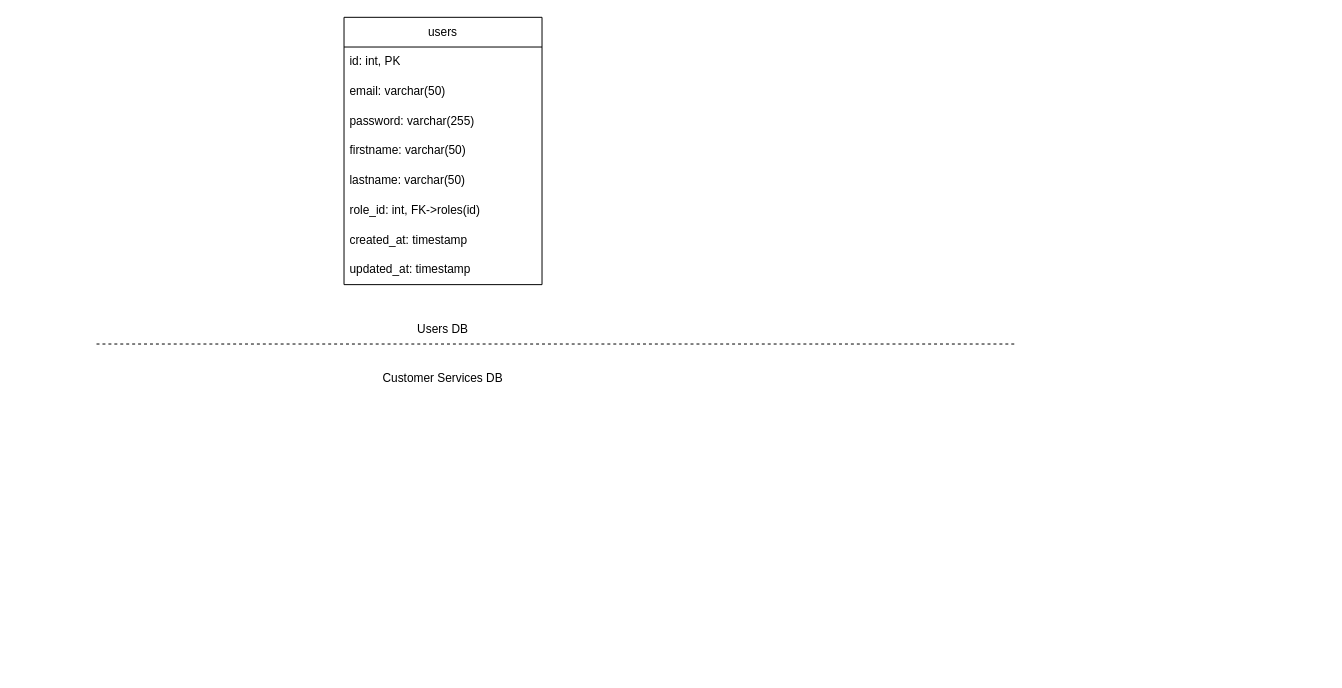
Above: MS_Customer_services.drawio in TBERT31/P13-YourCarYourWay_MessageApp_JavaAngular (draw.io), before the change. Source tidied: cells renumbered, new cells numbered last; positions are measured from the earlier drawing's top-left corner, leaving out a move shared by most shapes. Both pictures are drawn from the tidied source at 99%, with x=0, y=0 at pixel (96, 17).
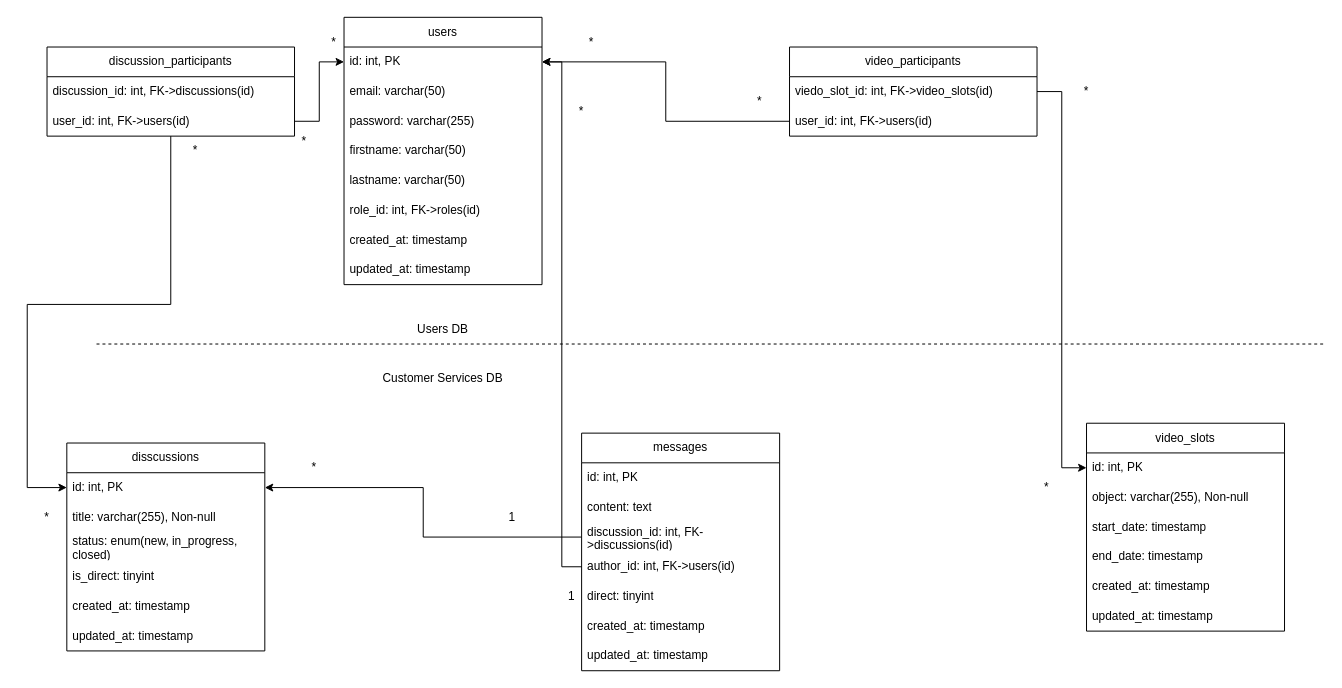
The same diagram, later.

Commit message:
Mettre à jour MS_Customer_services.drawio

The change refers to these unchanged cells:
```xml
<mxCell id="4" value="id: int, PK" style="text;strokeColor=none;fillColor=none;align=left;verticalAlign=middle;spacingLeft=4;spacingRight=4;overflow=hidden;points=[[0,0.5],[1,0.5]];portConstraint=eastwest;whiteSpace=wrap;html=1;" parent="3" vertex="1">
  <mxGeometry y="30" width="200" height="30" as="geometry" />
</mxCell>
```

Change to the diagram source:
```diff
@@
     <mxCell id="2" style="endArrow=none;dashed=1;html=1;rounded=0;" parent="1" edge="1">
       <mxGeometry relative="1" as="geometry">
         <mxPoint y="330" as="sourcePoint" />
-        <mxPoint x="930" y="330" as="targetPoint" />
+        <mxPoint x="1240" y="330" as="targetPoint" />
       </mxGeometry>
     </mxCell>
@@
+    <mxCell id="14" value="disscussions" style="swimlane;fontStyle=0;horizontal=1;startSize=30;whiteSpace=wrap;html=1;direction=east;" parent="1" vertex="1">
+      <mxGeometry x="-30" y="430" width="200" height="210" as="geometry" />
+    </mxCell>
+    <mxCell id="15" value="id: int, PK" style="text;strokeColor=none;fillColor=none;align=left;verticalAlign=middle;spacingLeft=4;spacingRight=4;overflow=hidden;points=[[0,0.5],[1,0.5]];portConstraint=eastwest;whiteSpace=wrap;html=1;" parent="14" vertex="1">
+      <mxGeometry y="30" width="200" height="30" as="geometry" />
+    </mxCell>
+    <mxCell id="16" value="title: varchar(255), Non-null" style="text;strokeColor=none;fillColor=none;align=left;verticalAlign=middle;spacingLeft=4;spacingRight=4;overflow=hidden;whiteSpace=wrap;html=1;" parent="14" vertex="1">
+      <mxGeometry y="60" width="200" height="30" as="geometry" />
+    </mxCell>
+    <mxCell id="17" value="status: enum(new, in_progress, closed)" style="text;strokeColor=none;fillColor=none;align=left;verticalAlign=middle;spacingLeft=4;spacingRight=4;overflow=hidden;whiteSpace=wrap;html=1;" parent="14" vertex="1">
+      <mxGeometry y="90" width="200" height="30" as="geometry" />
+    </mxCell>
+    <mxCell id="18" value="is_direct: tinyint" style="text;strokeColor=none;fillColor=none;align=left;verticalAlign=middle;spacingLeft=4;spacingRight=4;overflow=hidden;whiteSpace=wrap;html=1;" parent="14" vertex="1">
+      <mxGeometry y="120" width="200" height="30" as="geometry" />
+    </mxCell>
+    <mxCell id="19" value="created_at: timestamp" style="text;strokeColor=none;fillColor=none;align=left;verticalAlign=middle;spacingLeft=4;spacingRight=4;overflow=hidden;whiteSpace=wrap;html=1;" parent="14" vertex="1">
+      <mxGeometry y="150" width="200" height="30" as="geometry" />
+    </mxCell>
+    <mxCell id="20" value="updated_at: timestamp" style="text;strokeColor=none;fillColor=none;align=left;verticalAlign=middle;spacingLeft=4;spacingRight=4;overflow=hidden;whiteSpace=wrap;html=1;" parent="14" vertex="1">
+      <mxGeometry y="180" width="200" height="30" as="geometry" />
+    </mxCell>
+    <mxCell id="21" value="messages" style="swimlane;fontStyle=0;horizontal=1;startSize=30;whiteSpace=wrap;html=1;direction=east;" parent="1" vertex="1">
+      <mxGeometry x="490" y="420" width="200" height="240" as="geometry" />
+    </mxCell>
+    <mxCell id="22" value="id: int, PK" style="text;strokeColor=none;fillColor=none;align=left;verticalAlign=middle;spacingLeft=4;spacingRight=4;overflow=hidden;whiteSpace=wrap;html=1;" parent="21" vertex="1">
+      <mxGeometry y="30" width="200" height="30" as="geometry" />
+    </mxCell>
+    <mxCell id="23" value="content: text" style="text;strokeColor=none;fillColor=none;align=left;verticalAlign=middle;spacingLeft=4;spacingRight=4;overflow=hidden;whiteSpace=wrap;html=1;" parent="21" vertex="1">
+      <mxGeometry y="60" width="200" height="30" as="geometry" />
+    </mxCell>
+    <mxCell id="24" value="discussion_id: int, FK-&amp;gt;discussions(id)" style="text;strokeColor=none;fillColor=none;align=left;verticalAlign=middle;spacingLeft=4;spacingRight=4;overflow=hidden;points=[[0,0.5],[1,0.5]];portConstraint=eastwest;whiteSpace=wrap;html=1;" parent="21" vertex="1">
+      <mxGeometry y="90" width="200" height="30" as="geometry" />
+    </mxCell>
+    <mxCell id="25" value="author_id: int, FK-&amp;gt;users(id)" style="text;strokeColor=none;fillColor=none;align=left;verticalAlign=middle;spacingLeft=4;spacingRight=4;overflow=hidden;points=[[0,0.5],[1,0.5]];portConstraint=eastwest;whiteSpace=wrap;html=1;" parent="21" vertex="1">
+      <mxGeometry y="120" width="200" height="30" as="geometry" />
+    </mxCell>
+    <mxCell id="26" value="direct: tinyint" style="text;strokeColor=none;fillColor=none;align=left;verticalAlign=middle;spacingLeft=4;spacingRight=4;overflow=hidden;whiteSpace=wrap;html=1;" parent="21" vertex="1">
+      <mxGeometry y="150" width="200" height="30" as="geometry" />
+    </mxCell>
+    <mxCell id="27" value="created_at: timestamp" style="text;strokeColor=none;fillColor=none;align=left;verticalAlign=middle;spacingLeft=4;spacingRight=4;overflow=hidden;whiteSpace=wrap;html=1;" parent="21" vertex="1">
+      <mxGeometry y="180" width="200" height="30" as="geometry" />
+    </mxCell>
+    <mxCell id="28" value="updated_at: timestamp" style="text;strokeColor=none;fillColor=none;align=left;verticalAlign=middle;spacingLeft=4;spacingRight=4;overflow=hidden;whiteSpace=wrap;html=1;" parent="21" vertex="1">
+      <mxGeometry y="210" width="200" height="30" as="geometry" />
+    </mxCell>
+    <mxCell id="29" value="video_slots" style="swimlane;fontStyle=0;horizontal=1;startSize=30;whiteSpace=wrap;html=1;direction=east;" parent="1" vertex="1">
+      <mxGeometry x="1000" y="410" width="200" height="210" as="geometry" />
+    </mxCell>
+    <mxCell id="30" value="id: int, PK" style="text;strokeColor=none;fillColor=none;align=left;verticalAlign=middle;spacingLeft=4;spacingRight=4;overflow=hidden;points=[[0,0.5],[1,0.5]];portConstraint=eastwest;whiteSpace=wrap;html=1;" parent="29" vertex="1">
+      <mxGeometry y="30" width="200" height="30" as="geometry" />
+    </mxCell>
+    <mxCell id="31" value="object: varchar(255), Non-null" style="text;strokeColor=none;fillColor=none;align=left;verticalAlign=middle;spacingLeft=4;spacingRight=4;overflow=hidden;whiteSpace=wrap;html=1;" parent="29" vertex="1">
+      <mxGeometry y="60" width="200" height="30" as="geometry" />
+    </mxCell>
+    <mxCell id="32" value="start_date: timestamp" style="text;strokeColor=none;fillColor=none;align=left;verticalAlign=middle;spacingLeft=4;spacingRight=4;overflow=hidden;whiteSpace=wrap;html=1;" parent="29" vertex="1">
+      <mxGeometry y="90" width="200" height="30" as="geometry" />
+    </mxCell>
+    <mxCell id="33" value="end_date: timestamp" style="text;strokeColor=none;fillColor=none;align=left;verticalAlign=middle;spacingLeft=4;spacingRight=4;overflow=hidden;whiteSpace=wrap;html=1;" parent="29" vertex="1">
+      <mxGeometry y="120" width="200" height="30" as="geometry" />
+    </mxCell>
+    <mxCell id="34" value="created_at: timestamp" style="text;strokeColor=none;fillColor=none;align=left;verticalAlign=middle;spacingLeft=4;spacingRight=4;overflow=hidden;whiteSpace=wrap;html=1;" parent="29" vertex="1">
+      <mxGeometry y="150" width="200" height="30" as="geometry" />
+    </mxCell>
+    <mxCell id="35" value="updated_at: timestamp" style="text;strokeColor=none;fillColor=none;align=left;verticalAlign=middle;spacingLeft=4;spacingRight=4;overflow=hidden;whiteSpace=wrap;html=1;" parent="29" vertex="1">
+      <mxGeometry y="180" width="200" height="30" as="geometry" />
+    </mxCell>
+    <mxCell id="36" style="edgeStyle=orthogonalEdgeStyle;rounded=0;jettySize=auto;html=1;entryX=1;entryY=0.5;entryDx=0;entryDy=0;" parent="1" edge="1" source="25" target="4">
+      <mxGeometry relative="1" as="geometry" />
+    </mxCell>
+    <mxCell id="37" value="*" style="text;html=1;align=center;verticalAlign=middle;whiteSpace=wrap;rounded=0;" parent="1" vertex="1">
+      <mxGeometry x="460" y="80" width="60" height="30" as="geometry" />
+    </mxCell>
+    <mxCell id="38" value="1" style="text;html=1;align=center;verticalAlign=middle;whiteSpace=wrap;rounded=0;" parent="1" vertex="1">
+      <mxGeometry x="450" y="570" width="60" height="30" as="geometry" />
+    </mxCell>
+    <mxCell id="39" value="video_participants" style="swimlane;fontStyle=0;horizontal=1;startSize=30;whiteSpace=wrap;html=1;direction=east;" parent="1" vertex="1">
+      <mxGeometry x="700" y="30" width="250" height="90" as="geometry" />
+    </mxCell>
+    <mxCell id="40" value="viedo_slot_id: int, FK-&amp;gt;video_slots(id)" style="text;strokeColor=none;fillColor=none;align=left;verticalAlign=middle;spacingLeft=4;spacingRight=4;overflow=hidden;points=[[0,0.5],[1,0.5]];portConstraint=eastwest;whiteSpace=wrap;html=1;" parent="39" vertex="1">
+      <mxGeometry y="30" width="250" height="30" as="geometry" />
+    </mxCell>
+    <mxCell id="41" value="user_id: int, FK-&amp;gt;users(id)" style="text;strokeColor=none;fillColor=none;align=left;verticalAlign=middle;spacingLeft=4;spacingRight=4;overflow=hidden;points=[[0,0.5],[1,0.5]];portConstraint=eastwest;whiteSpace=wrap;html=1;" parent="39" vertex="1">
+      <mxGeometry y="60" width="250" height="30" as="geometry" />
+    </mxCell>
+    <mxCell id="42" style="edgeStyle=orthogonalEdgeStyle;rounded=0;jettySize=auto;html=1;entryX=0;entryY=0.5;entryDx=0;entryDy=0;" parent="1" edge="1" source="40" target="30">
+      <mxGeometry relative="1" as="geometry" />
+    </mxCell>
+    <mxCell id="43" style="edgeStyle=orthogonalEdgeStyle;rounded=0;jettySize=auto;html=1;entryX=1;entryY=0.5;entryDx=0;entryDy=0;" parent="1" edge="1" source="41" target="4">
+      <mxGeometry relative="1" as="geometry" />
+    </mxCell>
+    <mxCell id="44" value="*" style="text;html=1;align=center;verticalAlign=middle;whiteSpace=wrap;rounded=0;" parent="1" vertex="1">
+      <mxGeometry x="470" y="10" width="60" height="30" as="geometry" />
+    </mxCell>
+    <mxCell id="45" value="*" style="text;html=1;align=center;verticalAlign=middle;whiteSpace=wrap;rounded=0;" parent="1" vertex="1">
+      <mxGeometry x="930" y="460" width="60" height="30" as="geometry" />
+    </mxCell>
+    <mxCell id="46" style="edgeStyle=orthogonalEdgeStyle;rounded=0;jettySize=auto;html=1;entryX=0;entryY=0.5;entryDx=0;entryDy=0;" parent="1" edge="1" source="47" target="15">
+      <mxGeometry relative="1" as="geometry" />
+    </mxCell>
+    <mxCell id="47" value="discussion_participants" style="swimlane;fontStyle=0;horizontal=1;startSize=30;whiteSpace=wrap;html=1;direction=east;" parent="1" vertex="1">
+      <mxGeometry x="-50" y="30" width="250" height="90" as="geometry" />
+    </mxCell>
+    <mxCell id="48" value="discussion_id: int, FK-&amp;gt;discussions(id)" style="text;strokeColor=none;fillColor=none;align=left;verticalAlign=middle;spacingLeft=4;spacingRight=4;overflow=hidden;whiteSpace=wrap;html=1;" parent="47" vertex="1">
+      <mxGeometry y="30" width="250" height="30" as="geometry" />
+    </mxCell>
+    <mxCell id="49" value="user_id: int, FK-&amp;gt;users(id)" style="text;strokeColor=none;fillColor=none;align=left;verticalAlign=middle;spacingLeft=4;spacingRight=4;overflow=hidden;points=[[0,0.5],[1,0.5]];portConstraint=eastwest;whiteSpace=wrap;html=1;" parent="47" vertex="1">
+      <mxGeometry y="60" width="250" height="30" as="geometry" />
+    </mxCell>
+    <mxCell id="50" value="*" style="text;html=1;align=center;verticalAlign=middle;whiteSpace=wrap;rounded=0;" parent="1" vertex="1">
+      <mxGeometry x="70" y="120" width="60" height="30" as="geometry" />
+    </mxCell>
+    <mxCell id="51" value="*" style="text;html=1;align=center;verticalAlign=middle;whiteSpace=wrap;rounded=0;" parent="1" vertex="1">
+      <mxGeometry x="210" y="10" width="60" height="30" as="geometry" />
+    </mxCell>
+    <mxCell id="52" style="edgeStyle=orthogonalEdgeStyle;rounded=0;jettySize=auto;html=1;entryX=0;entryY=0.5;entryDx=0;entryDy=0;" parent="1" edge="1" source="49" target="4">
+      <mxGeometry relative="1" as="geometry" />
+    </mxCell>
+    <mxCell id="53" value="*" style="text;html=1;align=center;verticalAlign=middle;whiteSpace=wrap;rounded=0;" parent="1" vertex="1">
+      <mxGeometry x="-80" y="490" width="60" height="30" as="geometry" />
+    </mxCell>
+    <mxCell id="54" value="*" style="text;html=1;align=center;verticalAlign=middle;whiteSpace=wrap;rounded=0;" parent="1" vertex="1">
+      <mxGeometry x="180" y="110" width="60" height="30" as="geometry" />
+    </mxCell>
+    <mxCell id="55" value="*" style="text;html=1;align=center;verticalAlign=middle;whiteSpace=wrap;rounded=0;" parent="1" vertex="1">
+      <mxGeometry x="640" y="70" width="60" height="30" as="geometry" />
+    </mxCell>
+    <mxCell id="56" value="*" style="text;html=1;align=center;verticalAlign=middle;whiteSpace=wrap;rounded=0;" parent="1" vertex="1">
+      <mxGeometry x="970" y="60" width="60" height="30" as="geometry" />
+    </mxCell>
+    <mxCell id="57" style="edgeStyle=orthogonalEdgeStyle;rounded=0;jettySize=auto;html=1;entryX=1;entryY=0.5;entryDx=0;entryDy=0;" parent="1" edge="1" source="24" target="15">
+      <mxGeometry relative="1" as="geometry" />
+    </mxCell>
+    <mxCell id="58" value="1" style="text;html=1;align=center;verticalAlign=middle;whiteSpace=wrap;rounded=0;" parent="1" vertex="1">
+      <mxGeometry x="390" y="490" width="60" height="30" as="geometry" />
+    </mxCell>
+    <mxCell id="59" value="*" style="text;html=1;align=center;verticalAlign=middle;whiteSpace=wrap;rounded=0;" parent="1" vertex="1">
+      <mxGeometry x="190" y="440" width="60" height="30" as="geometry" />
+    </mxCell>
```
